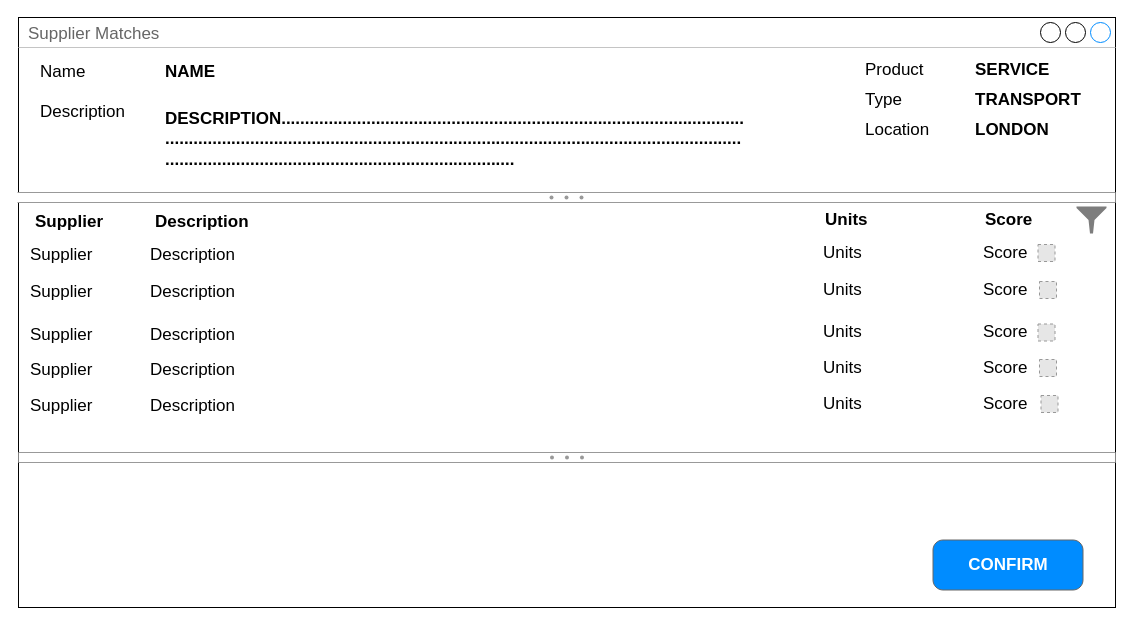
The draw.io diagram page "Supplier Matches" (10 of 11) of images/COVID19.Catalogue.drawio in ThatDaveStevens/covid19CatalogServices, before the edit. Source tidied: cells renumbered, new cells numbered last; positions are measured from the earlier drawing's top-left corner, leaving out a move shared by most shapes. Both pictures are drawn from the tidied source at 100%, with x=0, y=0 at pixel (17, 17). Pictures stored in the file or linked from it are replaced by grey dashed boxes.
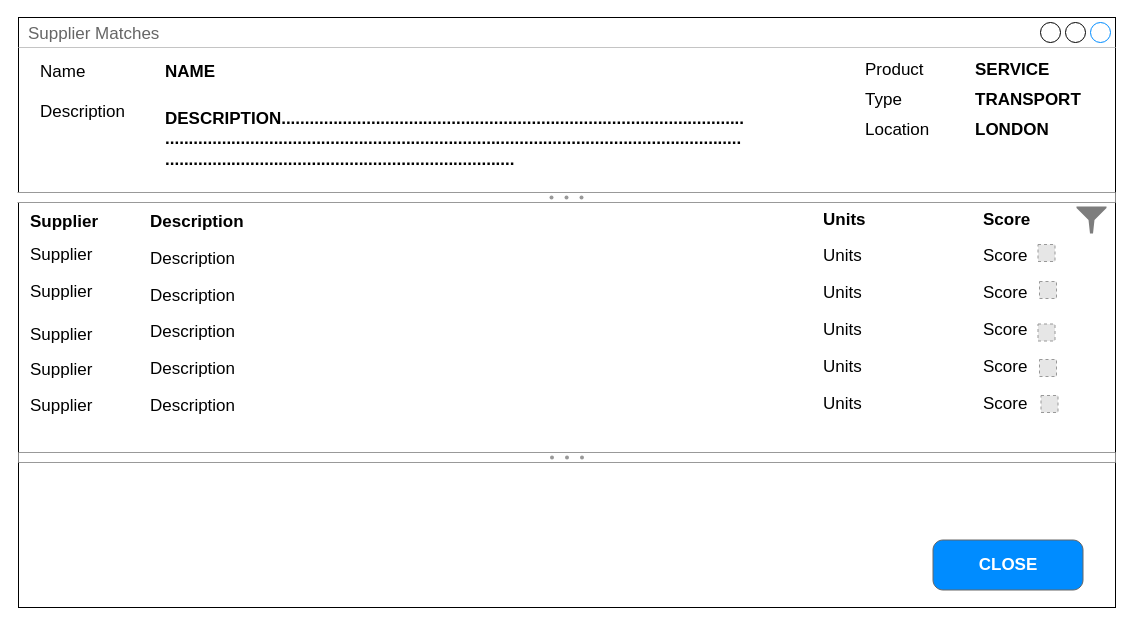
The same diagram, later.

Change to the diagram source:
```diff
@@
-    <mxCell id="12" value="CONFIRM" style="strokeWidth=1;shadow=0;dashed=0;align=center;html=1;shape=mxgraph.mockup.buttons.button;strokeColor=#666666;fontColor=#ffffff;mainText=;buttonStyle=round;fontSize=17;fontStyle=1;fillColor=#008cff;whiteSpace=wrap;" parent="1" vertex="1">
+    <mxCell id="12" value="CLOSE" style="strokeWidth=1;shadow=0;dashed=0;align=center;html=1;shape=mxgraph.mockup.buttons.button;strokeColor=#666666;fontColor=#ffffff;mainText=;buttonStyle=round;fontSize=17;fontStyle=1;fillColor=#008cff;whiteSpace=wrap;" parent="1" vertex="1">
       <mxGeometry x="915.5" y="522.5" width="150" height="50" as="geometry" />
     </mxCell>
@@
-    <mxCell id="16" value="Supplier" style="text;html=1;strokeColor=none;fillColor=none;align=left;verticalAlign=middle;whiteSpace=wrap;rounded=0;fontSize=17;fontStyle=0;" parent="1" vertex="1">
+    <mxCell id="16" value="Supplier" style="text;html=1;strokeColor=none;fillColor=none;align=left;verticalAlign=middle;whiteSpace=wrap;rounded=0;fontSize=17;fontStyle=0;flipV=1;" parent="1" vertex="1">
       <mxGeometry x="11" y="228" width="110" height="20" as="geometry" />
     </mxCell>
     <mxCell id="17" value="Description" style="text;html=1;strokeColor=none;fillColor=none;align=left;verticalAlign=middle;whiteSpace=wrap;rounded=0;fontSize=17;fontStyle=0;" parent="1" vertex="1">
-      <mxGeometry x="131" y="228" width="110" height="20" as="geometry" />
+      <mxGeometry x="131" y="232" width="110" height="20" as="geometry" />
     </mxCell>
-    <mxCell id="18" value="Supplier" style="text;html=1;strokeColor=none;fillColor=none;align=left;verticalAlign=middle;whiteSpace=wrap;rounded=0;fontSize=17;fontStyle=0;" parent="1" vertex="1">
+    <mxCell id="18" value="Supplier" style="text;html=1;strokeColor=none;fillColor=none;align=left;verticalAlign=middle;whiteSpace=wrap;rounded=0;fontSize=17;fontStyle=0;flipV=1;" parent="1" vertex="1">
       <mxGeometry x="11" y="265" width="110" height="20" as="geometry" />
     </mxCell>
     <mxCell id="19" value="Description" style="text;html=1;strokeColor=none;fillColor=none;align=left;verticalAlign=middle;whiteSpace=wrap;rounded=0;fontSize=17;fontStyle=0;" parent="1" vertex="1">
-      <mxGeometry x="131" y="265" width="110" height="20" as="geometry" />
+      <mxGeometry x="131" y="269" width="110" height="20" as="geometry" />
     </mxCell>
-    <mxCell id="20" value="Supplier" style="text;html=1;strokeColor=none;fillColor=none;align=left;verticalAlign=middle;whiteSpace=wrap;rounded=0;fontSize=17;fontStyle=0;" parent="1" vertex="1">
+    <mxCell id="20" value="Supplier" style="text;html=1;strokeColor=none;fillColor=none;align=left;verticalAlign=middle;whiteSpace=wrap;rounded=0;fontSize=17;fontStyle=0;flipV=1;" parent="1" vertex="1">
       <mxGeometry x="11" y="307.5" width="110" height="20" as="geometry" />
     </mxCell>
     <mxCell id="21" value="Description" style="text;html=1;strokeColor=none;fillColor=none;align=left;verticalAlign=middle;whiteSpace=wrap;rounded=0;fontSize=17;fontStyle=0;" parent="1" vertex="1">
-      <mxGeometry x="131" y="307.5" width="110" height="20" as="geometry" />
+      <mxGeometry x="131" y="305" width="110" height="20" as="geometry" />
     </mxCell>
-    <mxCell id="22" value="Supplier" style="text;html=1;strokeColor=none;fillColor=none;align=left;verticalAlign=middle;whiteSpace=wrap;rounded=0;fontSize=17;fontStyle=0;" parent="1" vertex="1">
+    <mxCell id="22" value="Supplier" style="text;html=1;strokeColor=none;fillColor=none;align=left;verticalAlign=middle;whiteSpace=wrap;rounded=0;fontSize=17;fontStyle=0;flipV=1;" parent="1" vertex="1">
       <mxGeometry x="11" y="343" width="110" height="20" as="geometry" />
     </mxCell>
     <mxCell id="23" value="Description" style="text;html=1;strokeColor=none;fillColor=none;align=left;verticalAlign=middle;whiteSpace=wrap;rounded=0;fontSize=17;fontStyle=0;" parent="1" vertex="1">
-      <mxGeometry x="131" y="343" width="110" height="20" as="geometry" />
+      <mxGeometry x="131" y="342" width="110" height="20" as="geometry" />
     </mxCell>
-    <mxCell id="24" value="Supplier" style="text;html=1;strokeColor=none;fillColor=none;align=left;verticalAlign=middle;whiteSpace=wrap;rounded=0;fontSize=17;fontStyle=0;" parent="1" vertex="1">
+    <mxCell id="24" value="Supplier" style="text;html=1;strokeColor=none;fillColor=none;align=left;verticalAlign=middle;whiteSpace=wrap;rounded=0;fontSize=17;fontStyle=0;flipV=1;" parent="1" vertex="1">
       <mxGeometry x="11" y="379" width="110" height="20" as="geometry" />
     </mxCell>
@@
     <mxCell id="26" value="Units" style="text;html=1;strokeColor=none;fillColor=none;align=left;verticalAlign=middle;whiteSpace=wrap;rounded=0;fontSize=17;fontStyle=0;" parent="1" vertex="1">
-      <mxGeometry x="804" y="225.5" width="110" height="20" as="geometry" />
+      <mxGeometry x="804" y="229" width="110" height="20" as="geometry" />
     </mxCell>
     <mxCell id="27" value="Score" style="text;html=1;strokeColor=none;fillColor=none;align=left;verticalAlign=middle;whiteSpace=wrap;rounded=0;fontSize=17;fontStyle=0;" parent="1" vertex="1">
-      <mxGeometry x="964" y="225.5" width="110" height="20" as="geometry" />
+      <mxGeometry x="964" y="229" width="110" height="20" as="geometry" />
     </mxCell>
     <mxCell id="28" value="Units" style="text;html=1;strokeColor=none;fillColor=none;align=left;verticalAlign=middle;whiteSpace=wrap;rounded=0;fontSize=17;fontStyle=0;" parent="1" vertex="1">
-      <mxGeometry x="804" y="262.5" width="110" height="20" as="geometry" />
+      <mxGeometry x="804" y="266" width="110" height="20" as="geometry" />
     </mxCell>
     <mxCell id="29" value="Score" style="text;html=1;strokeColor=none;fillColor=none;align=left;verticalAlign=middle;whiteSpace=wrap;rounded=0;fontSize=17;fontStyle=0;" parent="1" vertex="1">
-      <mxGeometry x="964" y="262.5" width="110" height="20" as="geometry" />
+      <mxGeometry x="964" y="266" width="110" height="20" as="geometry" />
     </mxCell>
     <mxCell id="30" value="Units" style="text;html=1;strokeColor=none;fillColor=none;align=left;verticalAlign=middle;whiteSpace=wrap;rounded=0;fontSize=17;fontStyle=0;" parent="1" vertex="1">
-      <mxGeometry x="804" y="305" width="110" height="20" as="geometry" />
+      <mxGeometry x="804" y="303" width="110" height="20" as="geometry" />
     </mxCell>
     <mxCell id="31" value="Score" style="text;html=1;strokeColor=none;fillColor=none;align=left;verticalAlign=middle;whiteSpace=wrap;rounded=0;fontSize=17;fontStyle=0;" parent="1" vertex="1">
-      <mxGeometry x="964" y="305" width="110" height="20" as="geometry" />
+      <mxGeometry x="964" y="303" width="110" height="20" as="geometry" />
     </mxCell>
     <mxCell id="32" value="Units" style="text;html=1;strokeColor=none;fillColor=none;align=left;verticalAlign=middle;whiteSpace=wrap;rounded=0;fontSize=17;fontStyle=0;" parent="1" vertex="1">
-      <mxGeometry x="804" y="340.5" width="110" height="20" as="geometry" />
+      <mxGeometry x="804" y="340" width="110" height="20" as="geometry" />
     </mxCell>
     <mxCell id="33" value="Score" style="text;html=1;strokeColor=none;fillColor=none;align=left;verticalAlign=middle;whiteSpace=wrap;rounded=0;fontSize=17;fontStyle=0;" parent="1" vertex="1">
-      <mxGeometry x="964" y="340.5" width="110" height="20" as="geometry" />
+      <mxGeometry x="964" y="340" width="110" height="20" as="geometry" />
     </mxCell>
@@
-    <mxCell id="41" value="Supplier" style="text;html=1;strokeColor=none;fillColor=none;align=left;verticalAlign=middle;whiteSpace=wrap;rounded=0;fontSize=17;fontStyle=1;" parent="1" vertex="1">
-      <mxGeometry x="15.5" y="195" width="110" height="20" as="geometry" />
+    <mxCell id="41" value="Supplier" style="text;html=1;strokeColor=none;fillColor=none;align=left;verticalAlign=middle;whiteSpace=wrap;rounded=0;fontSize=17;fontStyle=1;flipV=1;" parent="1" vertex="1">
+      <mxGeometry x="11" y="195" width="110" height="20" as="geometry" />
     </mxCell>
     <mxCell id="42" value="Description" style="text;html=1;strokeColor=none;fillColor=none;align=left;verticalAlign=middle;whiteSpace=wrap;rounded=0;fontSize=17;fontStyle=1;" parent="1" vertex="1">
-      <mxGeometry x="135.5" y="195" width="110" height="20" as="geometry" />
+      <mxGeometry x="131" y="195" width="110" height="20" as="geometry" />
     </mxCell>
     <mxCell id="43" value="Units" style="text;html=1;strokeColor=none;fillColor=none;align=left;verticalAlign=middle;whiteSpace=wrap;rounded=0;fontSize=17;fontStyle=1;" parent="1" vertex="1">
-      <mxGeometry x="805.5" y="192.5" width="110" height="20" as="geometry" />
+      <mxGeometry x="804" y="192.5" width="110" height="20" as="geometry" />
     </mxCell>
     <mxCell id="44" value="Score" style="text;html=1;strokeColor=none;fillColor=none;align=left;verticalAlign=middle;whiteSpace=wrap;rounded=0;fontSize=17;fontStyle=1;" parent="1" vertex="1">
-      <mxGeometry x="965.5" y="192.5" width="110" height="20" as="geometry" />
+      <mxGeometry x="964" y="192.5" width="110" height="20" as="geometry" />
     </mxCell>
```
